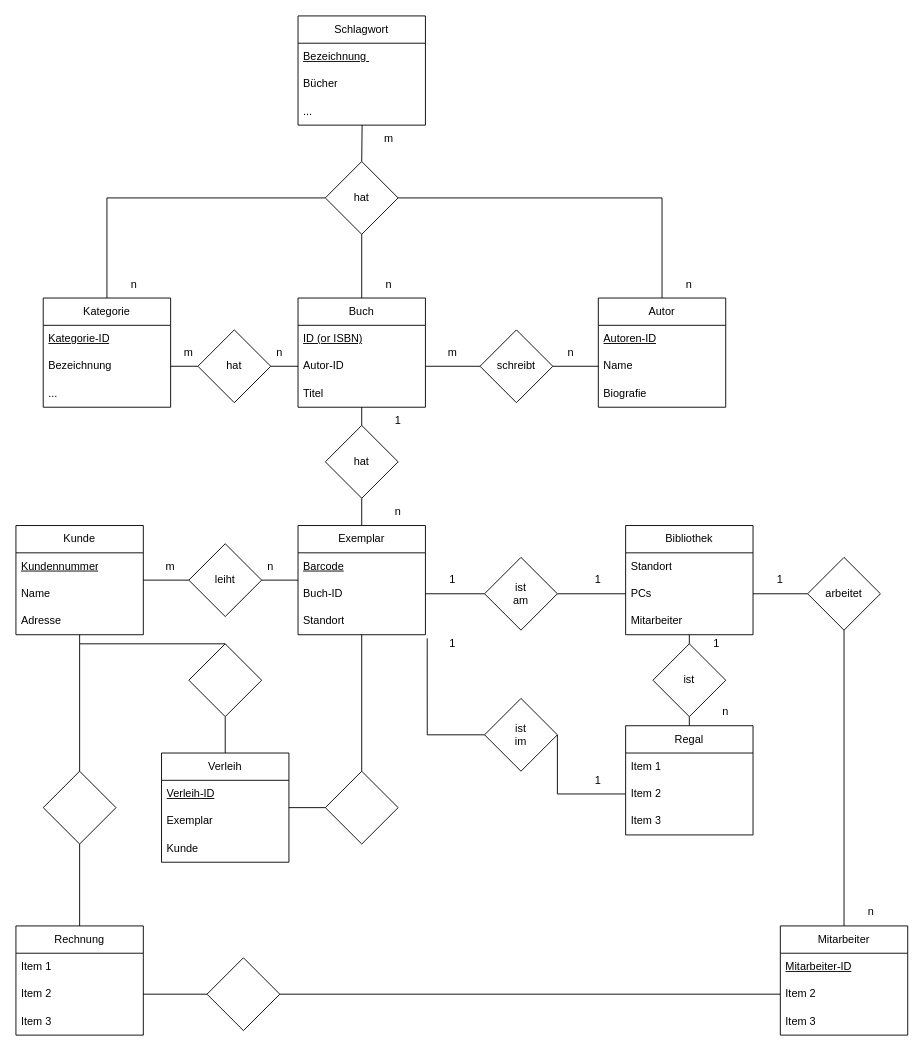
Earlier version of the draw.io diagram Bibliothek.drawio (McLutzifer/WIFI_SW-Engineering). Source tidied: cells renumbered, new cells numbered last; positions are measured from the earlier drawing's top-left corner, leaving out a move shared by most shapes. Both pictures are drawn from the tidied source at 91%, with x=0, y=0 at pixel (15, 15).
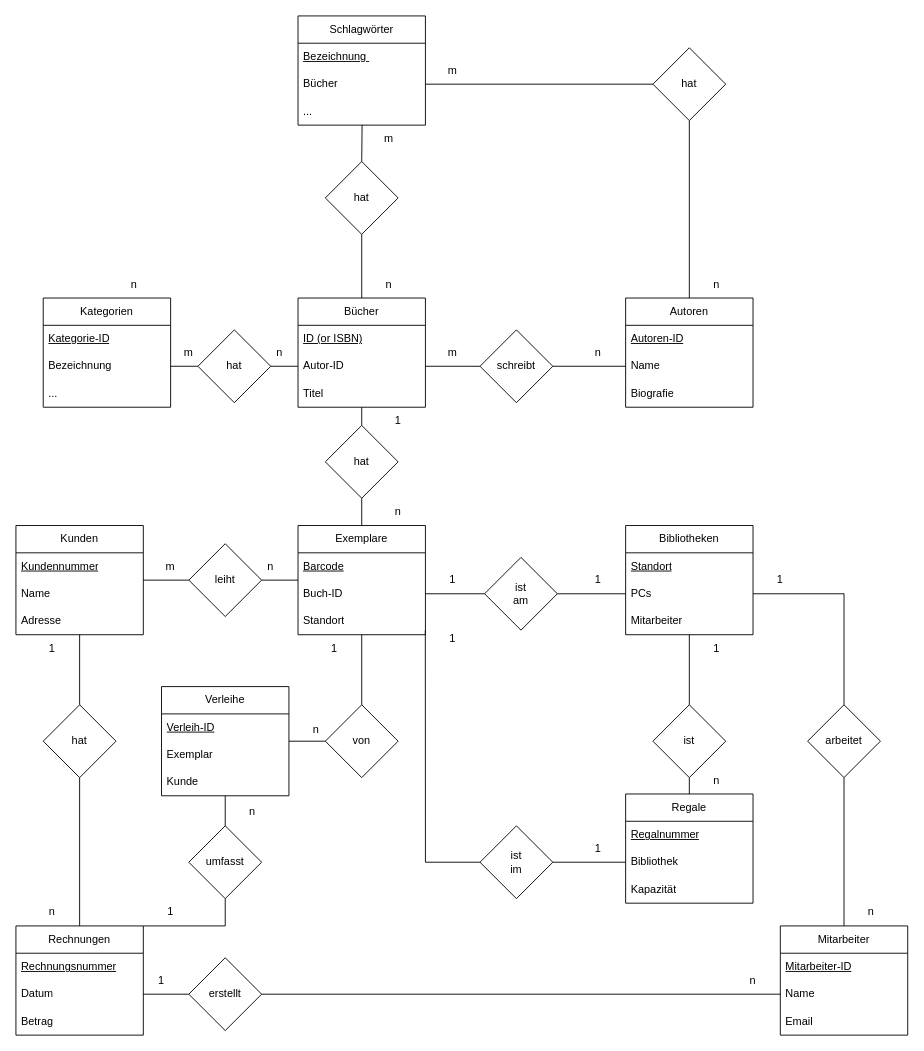
Above is the later version.

The change refers to these unchanged cells:
```xml
<mxCell id="14" value="Standort" style="text;strokeColor=none;fillColor=none;align=left;verticalAlign=middle;spacingLeft=4;spacingRight=4;overflow=hidden;points=[[0,0.5],[1,0.5]];portConstraint=eastwest;whiteSpace=wrap;html=1;" parent="11" vertex="1">
  <mxGeometry y="90" width="140" height="30" as="geometry" />
</mxCell>
<mxCell id="43" value="PCs" style="text;strokeColor=none;fillColor=none;align=left;verticalAlign=middle;spacingLeft=4;spacingRight=4;overflow=hidden;points=[[0,0.5],[1,0.5]];portConstraint=eastwest;whiteSpace=wrap;html=1;" parent="41" vertex="1">
  <mxGeometry y="60" width="140" height="30" as="geometry" />
</mxCell>
<mxCell id="75" value="Mitarbeiter" style="swimlane;fontStyle=0;horizontal=1;startSize=30;whiteSpace=wrap;html=1;" parent="1" vertex="1">
  <mxGeometry x="840" y="1000" width="140" height="120" as="geometry" />
</mxCell>
<mxCell id="92" value="hat" style="rhombus;whiteSpace=wrap;html=1;" parent="1" vertex="1">
  <mxGeometry x="340" y="160" width="80" height="80" as="geometry" />
</mxCell>
<mxCell id="95" value="Bücher" style="text;strokeColor=none;fillColor=none;align=left;verticalAlign=middle;spacingLeft=4;spacingRight=4;overflow=hidden;points=[[0,0.5],[1,0.5]];portConstraint=eastwest;whiteSpace=wrap;html=1;" parent="93" vertex="1">
  <mxGeometry y="60" width="140" height="30" as="geometry" />
</mxCell>
```

The edit, as a diff of the source:
```diff
@@
-    <mxCell id="2" value="Kunde" style="swimlane;fontStyle=0;horizontal=1;startSize=30;whiteSpace=wrap;html=1;" parent="1" vertex="1">
+    <mxCell id="2" value="Kunden" style="swimlane;fontStyle=0;horizontal=1;startSize=30;whiteSpace=wrap;html=1;" parent="1" vertex="1">
       <mxGeometry y="560" width="140" height="120" as="geometry" />
     </mxCell>
@@
-    <mxCell id="6" value="Buch" style="swimlane;fontStyle=0;horizontal=1;startSize=30;whiteSpace=wrap;html=1;" parent="1" vertex="1">
+    <mxCell id="6" value="Bücher" style="swimlane;fontStyle=0;horizontal=1;startSize=30;whiteSpace=wrap;html=1;" parent="1" vertex="1">
       <mxGeometry x="310" y="310" width="140" height="120" as="geometry" />
     </mxCell>
@@
-    <mxCell id="11" value="Exemplar" style="swimlane;fontStyle=0;horizontal=1;startSize=30;whiteSpace=wrap;html=1;" parent="1" vertex="1">
+    <mxCell id="11" value="Exemplare" style="swimlane;fontStyle=0;horizontal=1;startSize=30;whiteSpace=wrap;html=1;" parent="1" vertex="1">
       <mxGeometry x="310" y="560" width="140" height="120" as="geometry" />
     </mxCell>
@@
-    <mxCell id="24" value="Regal" style="swimlane;fontStyle=0;horizontal=1;startSize=30;whiteSpace=wrap;html=1;" parent="1" vertex="1">
-      <mxGeometry x="670" y="780" width="140" height="120" as="geometry" />
+    <mxCell id="24" value="Regale" style="swimlane;fontStyle=0;horizontal=1;startSize=30;whiteSpace=wrap;html=1;" parent="1" vertex="1">
+      <mxGeometry x="670" y="855" width="140" height="120" as="geometry" />
     </mxCell>
-    <mxCell id="25" value="Item 1" style="text;strokeColor=none;fillColor=none;align=left;verticalAlign=middle;spacingLeft=4;spacingRight=4;overflow=hidden;whiteSpace=wrap;html=1;" parent="24" vertex="1">
+    <mxCell id="25" value="&lt;u&gt;Regalnummer&lt;/u&gt;" style="text;strokeColor=none;fillColor=none;align=left;verticalAlign=middle;spacingLeft=4;spacingRight=4;overflow=hidden;whiteSpace=wrap;html=1;" parent="24" vertex="1">
       <mxGeometry y="30" width="140" height="30" as="geometry" />
     </mxCell>
-    <mxCell id="26" value="Item 2" style="text;strokeColor=none;fillColor=none;align=left;verticalAlign=middle;spacingLeft=4;spacingRight=4;overflow=hidden;points=[[0,0.5],[1,0.5]];portConstraint=eastwest;whiteSpace=wrap;html=1;" parent="24" vertex="1">
+    <mxCell id="26" value="Bibliothek" style="text;strokeColor=none;fillColor=none;align=left;verticalAlign=middle;spacingLeft=4;spacingRight=4;overflow=hidden;points=[[0,0.5],[1,0.5]];portConstraint=eastwest;whiteSpace=wrap;html=1;" parent="24" vertex="1">
       <mxGeometry y="60" width="140" height="30" as="geometry" />
     </mxCell>
-    <mxCell id="27" value="Item 3" style="text;strokeColor=none;fillColor=none;align=left;verticalAlign=middle;spacingLeft=4;spacingRight=4;overflow=hidden;whiteSpace=wrap;html=1;" parent="24" vertex="1">
+    <mxCell id="27" value="Kapazität" style="text;strokeColor=none;fillColor=none;align=left;verticalAlign=middle;spacingLeft=4;spacingRight=4;overflow=hidden;whiteSpace=wrap;html=1;" parent="24" vertex="1">
       <mxGeometry y="90" width="140" height="30" as="geometry" />
     </mxCell>
-    <mxCell id="28" value="Kategorie" style="swimlane;fontStyle=0;horizontal=1;startSize=30;whiteSpace=wrap;html=1;" parent="1" vertex="1">
+    <mxCell id="28" value="Kategorien" style="swimlane;fontStyle=0;horizontal=1;startSize=30;whiteSpace=wrap;html=1;" parent="1" vertex="1">
       <mxGeometry x="30" y="310" width="140" height="120" as="geometry" />
     </mxCell>
@@
-    <mxCell id="37" value="Verleih" style="swimlane;fontStyle=0;horizontal=1;startSize=30;whiteSpace=wrap;html=1;" parent="1" vertex="1">
-      <mxGeometry x="160" y="810" width="140" height="120" as="geometry" />
+    <mxCell id="37" value="Verleihe" style="swimlane;fontStyle=0;horizontal=1;startSize=30;whiteSpace=wrap;html=1;" parent="1" vertex="1">
+      <mxGeometry x="160" y="737" width="140" height="120" as="geometry" />
     </mxCell>
@@
-    <mxCell id="41" value="Bibliothek" style="swimlane;fontStyle=0;horizontal=1;startSize=30;whiteSpace=wrap;html=1;" parent="1" vertex="1">
+    <mxCell id="41" value="Bibliotheken" style="swimlane;fontStyle=0;horizontal=1;startSize=30;whiteSpace=wrap;html=1;" parent="1" vertex="1">
       <mxGeometry x="670" y="560" width="140" height="120" as="geometry" />
     </mxCell>
-    <mxCell id="42" value="Standort" style="text;strokeColor=none;fillColor=none;align=left;verticalAlign=middle;spacingLeft=4;spacingRight=4;overflow=hidden;whiteSpace=wrap;html=1;" parent="41" vertex="1">
+    <mxCell id="42" value="&lt;u&gt;Standort&lt;/u&gt;" style="text;strokeColor=none;fillColor=none;align=left;verticalAlign=middle;spacingLeft=4;spacingRight=4;overflow=hidden;whiteSpace=wrap;html=1;" parent="41" vertex="1">
       <mxGeometry y="30" width="140" height="30" as="geometry" />
     </mxCell>
@@
-    <mxCell id="45" value="Autor" style="swimlane;fontStyle=0;horizontal=1;startSize=30;whiteSpace=wrap;html=1;" parent="1" vertex="1">
-      <mxGeometry x="640" y="310" width="140" height="120" as="geometry" />
+    <mxCell id="45" value="Autoren" style="swimlane;fontStyle=0;horizontal=1;startSize=30;whiteSpace=wrap;html=1;" parent="1" vertex="1">
+      <mxGeometry x="670" y="310" width="140" height="120" as="geometry" />
     </mxCell>
@@
-    <mxCell id="50" style="rhombus;whiteSpace=wrap;html=1;" parent="1" vertex="1">
-      <mxGeometry x="190" y="690" width="80" height="80" as="geometry" />
-    </mxCell>
-    <mxCell id="51" style="rhombus;whiteSpace=wrap;html=1;" parent="1" vertex="1">
-      <mxGeometry x="340" y="830" width="80" height="80" as="geometry" />
+    <mxCell id="51" value="von" style="rhombus;whiteSpace=wrap;html=1;" parent="1" vertex="1">
+      <mxGeometry x="340" y="757" width="80" height="80" as="geometry" />
     </mxCell>
@@
-    <mxCell id="54" style="endArrow=none;html=1;rounded=0;exitX=0.5;exitY=0;exitDx=0;exitDy=0;" parent="1" edge="1" source="37" target="50">
-      <mxGeometry relative="1" as="geometry" />
-    </mxCell>
-    <mxCell id="55" style="endArrow=none;html=1;rounded=0;exitX=0.5;exitY=0;exitDx=0;exitDy=0;entryX=0.5;entryY=1;entryDx=0;entryDy=0;" parent="1" edge="1" source="50" target="2">
-      <mxGeometry relative="1" as="geometry">
-        <Array as="points">
-          <mxPoint x="70" y="690" />
-        </Array>
-      </mxGeometry>
-    </mxCell>
@@
     <mxCell id="59" value="&lt;div&gt;ist&lt;/div&gt;&lt;div&gt;im&lt;br&gt;&lt;/div&gt;" style="rhombus;whiteSpace=wrap;html=1;" parent="1" vertex="1">
-      <mxGeometry x="515" y="750" width="80" height="80" as="geometry" />
+      <mxGeometry x="510" y="890" width="80" height="80" as="geometry" />
     </mxCell>
-    <mxCell id="60" style="endArrow=none;html=1;rounded=0;entryX=1.014;entryY=1.133;entryDx=0;entryDy=0;entryPerimeter=0;exitX=0;exitY=0.5;exitDx=0;exitDy=0;" parent="1" edge="1" source="59" target="14">
+    <mxCell id="60" style="endArrow=none;html=1;rounded=0;exitX=0;exitY=0.5;exitDx=0;exitDy=0;entryX=-0.002;entryY=0.174;entryDx=0;entryDy=0;entryPerimeter=0;" parent="1" edge="1" source="59" target="73">
       <mxGeometry relative="1" as="geometry">
         <Array as="points">
-          <mxPoint x="452" y="790" />
+          <mxPoint x="450" y="930" />
         </Array>
       </mxGeometry>
     </mxCell>
-    <mxCell id="61" style="endArrow=none;html=1;rounded=0;entryX=0;entryY=0.5;entryDx=0;entryDy=0;exitX=1;exitY=0.5;exitDx=0;exitDy=0;" parent="1" edge="1" source="59" target="26">
-      <mxGeometry relative="1" as="geometry">
-        <Array as="points">
-          <mxPoint x="595" y="855" />
-        </Array>
-      </mxGeometry>
-    </mxCell>
     <mxCell id="62" value="ist" style="rhombus;whiteSpace=wrap;html=1;" parent="1" vertex="1">
-      <mxGeometry x="700" y="690" width="80" height="80" as="geometry" />
+      <mxGeometry x="700" y="757" width="80" height="80" as="geometry" />
     </mxCell>
@@
     <mxCell id="67" value="n" style="text;html=1;strokeColor=none;fillColor=none;align=center;verticalAlign=middle;whiteSpace=wrap;rounded=0;" parent="1" vertex="1">
-      <mxGeometry x="580" y="355" width="60" height="30" as="geometry" />
+      <mxGeometry x="610" y="355" width="60" height="30" as="geometry" />
     </mxCell>
@@
     <mxCell id="69" value="1" style="text;html=1;strokeColor=none;fillColor=none;align=center;verticalAlign=middle;whiteSpace=wrap;rounded=0;" parent="1" vertex="1">
-      <mxGeometry x="740" y="675" width="60" height="30" as="geometry" />
+      <mxGeometry x="740" y="680" width="60" height="30" as="geometry" />
     </mxCell>
     <mxCell id="70" value="n" style="text;html=1;strokeColor=none;fillColor=none;align=center;verticalAlign=middle;whiteSpace=wrap;rounded=0;" parent="1" vertex="1">
-      <mxGeometry x="750" y="750" width="60" height="30" as="geometry" />
+      <mxGeometry x="740" y="825" width="60" height="30" as="geometry" />
     </mxCell>
@@
     <mxCell id="73" value="1" style="text;html=1;strokeColor=none;fillColor=none;align=center;verticalAlign=middle;whiteSpace=wrap;rounded=0;" parent="1" vertex="1">
-      <mxGeometry x="450" y="675" width="60" height="30" as="geometry" />
+      <mxGeometry x="450" y="670" width="60" height="30" as="geometry" />
     </mxCell>
     <mxCell id="74" value="1" style="text;html=1;strokeColor=none;fillColor=none;align=center;verticalAlign=middle;whiteSpace=wrap;rounded=0;" parent="1" vertex="1">
-      <mxGeometry x="610" y="825" width="60" height="30" as="geometry" />
+      <mxGeometry x="610" y="900" width="60" height="30" as="geometry" />
     </mxCell>
@@
-    <mxCell id="77" value="Item 2" style="text;strokeColor=none;fillColor=none;align=left;verticalAlign=middle;spacingLeft=4;spacingRight=4;overflow=hidden;points=[[0,0.5],[1,0.5]];portConstraint=eastwest;whiteSpace=wrap;html=1;" parent="75" vertex="1">
+    <mxCell id="77" value="Name" style="text;strokeColor=none;fillColor=none;align=left;verticalAlign=middle;spacingLeft=4;spacingRight=4;overflow=hidden;points=[[0,0.5],[1,0.5]];portConstraint=eastwest;whiteSpace=wrap;html=1;" parent="75" vertex="1">
       <mxGeometry y="60" width="140" height="30" as="geometry" />
     </mxCell>
-    <mxCell id="78" value="Item 3" style="text;strokeColor=none;fillColor=none;align=left;verticalAlign=middle;spacingLeft=4;spacingRight=4;overflow=hidden;whiteSpace=wrap;html=1;" parent="75" vertex="1">
+    <mxCell id="78" value="Email" style="text;strokeColor=none;fillColor=none;align=left;verticalAlign=middle;spacingLeft=4;spacingRight=4;overflow=hidden;whiteSpace=wrap;html=1;" parent="75" vertex="1">
       <mxGeometry y="90" width="140" height="30" as="geometry" />
     </mxCell>
-    <mxCell id="79" value="Rechnung" style="swimlane;fontStyle=0;horizontal=1;startSize=30;whiteSpace=wrap;html=1;" parent="1" vertex="1">
+    <mxCell id="79" value="Rechnungen" style="swimlane;fontStyle=0;horizontal=1;startSize=30;whiteSpace=wrap;html=1;" parent="1" vertex="1">
       <mxGeometry y="1000" width="140" height="120" as="geometry" />
     </mxCell>
-    <mxCell id="80" value="Item 1" style="text;strokeColor=none;fillColor=none;align=left;verticalAlign=middle;spacingLeft=4;spacingRight=4;overflow=hidden;whiteSpace=wrap;html=1;" parent="79" vertex="1">
+    <mxCell id="80" value="&lt;u&gt;Rechnungsnummer&lt;/u&gt;" style="text;strokeColor=none;fillColor=none;align=left;verticalAlign=middle;spacingLeft=4;spacingRight=4;overflow=hidden;whiteSpace=wrap;html=1;" parent="79" vertex="1">
       <mxGeometry y="30" width="140" height="30" as="geometry" />
     </mxCell>
-    <mxCell id="81" value="Item 2" style="text;strokeColor=none;fillColor=none;align=left;verticalAlign=middle;spacingLeft=4;spacingRight=4;overflow=hidden;points=[[0,0.5],[1,0.5]];portConstraint=eastwest;whiteSpace=wrap;html=1;" parent="79" vertex="1">
+    <mxCell id="81" value="Datum" style="text;strokeColor=none;fillColor=none;align=left;verticalAlign=middle;spacingLeft=4;spacingRight=4;overflow=hidden;points=[[0,0.5],[1,0.5]];portConstraint=eastwest;whiteSpace=wrap;html=1;" parent="79" vertex="1">
       <mxGeometry y="60" width="140" height="30" as="geometry" />
     </mxCell>
-    <mxCell id="82" value="Item 3" style="text;strokeColor=none;fillColor=none;align=left;verticalAlign=middle;spacingLeft=4;spacingRight=4;overflow=hidden;whiteSpace=wrap;html=1;" parent="79" vertex="1">
+    <mxCell id="82" value="Betrag" style="text;strokeColor=none;fillColor=none;align=left;verticalAlign=middle;spacingLeft=4;spacingRight=4;overflow=hidden;whiteSpace=wrap;html=1;" parent="79" vertex="1">
       <mxGeometry y="90" width="140" height="30" as="geometry" />
     </mxCell>
-    <mxCell id="83" style="rhombus;whiteSpace=wrap;html=1;" parent="1" vertex="1">
-      <mxGeometry x="30" y="830" width="80" height="80" as="geometry" />
+    <mxCell id="83" value="hat" style="rhombus;whiteSpace=wrap;html=1;" parent="1" vertex="1">
+      <mxGeometry x="30" y="757" width="80" height="80" as="geometry" />
     </mxCell>
-    <mxCell id="84" style="rhombus;whiteSpace=wrap;html=1;" parent="1" vertex="1">
-      <mxGeometry x="210" y="1035" width="80" height="80" as="geometry" />
+    <mxCell id="84" value="erstellt" style="rhombus;whiteSpace=wrap;html=1;" parent="1" vertex="1">
+      <mxGeometry x="190" y="1035" width="80" height="80" as="geometry" />
     </mxCell>
     <mxCell id="85" value="arbeitet" style="rhombus;whiteSpace=wrap;html=1;" parent="1" vertex="1">
-      <mxGeometry x="870" y="595" width="80" height="80" as="geometry" />
+      <mxGeometry x="870" y="757" width="80" height="80" as="geometry" />
     </mxCell>
@@
-    <mxCell id="87" style="endArrow=none;html=1;rounded=0;entryX=0;entryY=0.5;entryDx=0;entryDy=0;exitX=1;exitY=0.5;exitDx=0;exitDy=0;" parent="1" edge="1" source="43" target="85">
-      <mxGeometry relative="1" as="geometry" />
+    <mxCell id="87" style="endArrow=none;html=1;rounded=0;entryX=0.5;entryY=0;entryDx=0;entryDy=0;exitX=1;exitY=0.5;exitDx=0;exitDy=0;" parent="1" edge="1" source="43" target="85">
+      <mxGeometry relative="1" as="geometry">
+        <Array as="points">
+          <mxPoint x="910" y="635" />
+        </Array>
+      </mxGeometry>
     </mxCell>
@@
-    <mxCell id="91" style="endArrow=none;html=1;rounded=0;exitX=0.5;exitY=0;exitDx=0;exitDy=0;" parent="1" edge="1" source="83">
-      <mxGeometry relative="1" as="geometry">
-        <mxPoint x="70" y="690" as="targetPoint" />
-      </mxGeometry>
+    <mxCell id="91" style="endArrow=none;html=1;rounded=0;exitX=0.5;exitY=0;exitDx=0;exitDy=0;entryX=1;entryY=0;entryDx=0;entryDy=0;" parent="1" edge="1" source="83" target="116">
+      <mxGeometry relative="1" as="geometry" />
     </mxCell>
@@
-    <mxCell id="93" value="Schlagwort" style="swimlane;fontStyle=0;horizontal=1;startSize=30;whiteSpace=wrap;html=1;" parent="1" vertex="1">
+    <mxCell id="93" value="Schlagwörter" style="swimlane;fontStyle=0;horizontal=1;startSize=30;whiteSpace=wrap;html=1;" parent="1" vertex="1">
       <mxGeometry x="310" width="140" height="120" as="geometry" />
     </mxCell>
@@
-    <mxCell id="99" style="endArrow=none;html=1;rounded=0;entryX=0;entryY=0.5;entryDx=0;entryDy=0;exitX=0.5;exitY=0;exitDx=0;exitDy=0;" parent="1" edge="1" source="28" target="92">
-      <mxGeometry relative="1" as="geometry">
-        <Array as="points">
-          <mxPoint x="100" y="200" />
-        </Array>
-      </mxGeometry>
-    </mxCell>
-    <mxCell id="100" style="endArrow=none;html=1;rounded=0;entryX=1;entryY=0.5;entryDx=0;entryDy=0;exitX=0.5;exitY=0;exitDx=0;exitDy=0;" parent="1" edge="1" source="45" target="92">
-      <mxGeometry relative="1" as="geometry">
-        <Array as="points">
-          <mxPoint x="710" y="200" />
-        </Array>
-      </mxGeometry>
-    </mxCell>
@@
     <mxCell id="104" value="n" style="text;html=1;strokeColor=none;fillColor=none;align=center;verticalAlign=middle;whiteSpace=wrap;rounded=0;" parent="1" vertex="1">
-      <mxGeometry x="710" y="280" width="60" height="30" as="geometry" />
+      <mxGeometry x="740" y="280" width="60" height="30" as="geometry" />
     </mxCell>
@@
+    <mxCell id="107" value="hat" style="rhombus;whiteSpace=wrap;html=1;" parent="1" vertex="1">
+      <mxGeometry x="700" y="35" width="80" height="80" as="geometry" />
+    </mxCell>
+    <mxCell id="108" style="endArrow=none;html=1;rounded=0;entryX=0;entryY=0.5;entryDx=0;entryDy=0;exitX=1;exitY=0.5;exitDx=0;exitDy=0;" parent="1" edge="1" source="95" target="107">
+      <mxGeometry relative="1" as="geometry" />
+    </mxCell>
+    <mxCell id="109" style="endArrow=none;html=1;rounded=0;entryX=0.5;entryY=1;entryDx=0;entryDy=0;exitX=0;exitY=1;exitDx=0;exitDy=0;" parent="1" edge="1" source="104" target="107">
+      <mxGeometry relative="1" as="geometry" />
+    </mxCell>
+    <mxCell id="110" value="m" style="text;html=1;strokeColor=none;fillColor=none;align=center;verticalAlign=middle;whiteSpace=wrap;rounded=0;" parent="1" vertex="1">
+      <mxGeometry x="450" y="45" width="60" height="30" as="geometry" />
+    </mxCell>
+    <mxCell id="111" value="umfasst" style="rhombus;whiteSpace=wrap;html=1;" parent="1" vertex="1">
+      <mxGeometry x="190" y="890" width="80" height="80" as="geometry" />
+    </mxCell>
+    <mxCell id="112" style="endArrow=none;html=1;rounded=0;entryX=0.5;entryY=0;entryDx=0;entryDy=0;exitX=0.5;exitY=1;exitDx=0;exitDy=0;" parent="1" edge="1" source="37" target="111">
+      <mxGeometry relative="1" as="geometry" />
+    </mxCell>
+    <mxCell id="113" style="endArrow=none;html=1;rounded=0;exitX=1;exitY=0;exitDx=0;exitDy=0;entryX=0.5;entryY=1;entryDx=0;entryDy=0;" parent="1" edge="1" source="79" target="111">
+      <mxGeometry relative="1" as="geometry">
+        <Array as="points">
+          <mxPoint x="230" y="1000" />
+        </Array>
+      </mxGeometry>
+    </mxCell>
+    <mxCell id="114" value="1" style="text;html=1;strokeColor=none;fillColor=none;align=center;verticalAlign=middle;whiteSpace=wrap;rounded=0;" parent="1" vertex="1">
+      <mxGeometry x="130" y="1045" width="60" height="30" as="geometry" />
+    </mxCell>
+    <mxCell id="115" value="n" style="text;html=1;strokeColor=none;fillColor=none;align=center;verticalAlign=middle;whiteSpace=wrap;rounded=0;" parent="1" vertex="1">
+      <mxGeometry x="780" y="1045" width="60" height="30" as="geometry" />
+    </mxCell>
+    <mxCell id="116" value="1" style="text;html=1;strokeColor=none;fillColor=none;align=center;verticalAlign=middle;whiteSpace=wrap;rounded=0;" parent="1" vertex="1">
+      <mxGeometry x="10" y="680" width="60" height="30" as="geometry" />
+    </mxCell>
+    <mxCell id="117" value="n" style="text;html=1;strokeColor=none;fillColor=none;align=center;verticalAlign=middle;whiteSpace=wrap;rounded=0;" parent="1" vertex="1">
+      <mxGeometry x="10" y="970" width="60" height="30" as="geometry" />
+    </mxCell>
+    <mxCell id="118" value="1" style="text;html=1;strokeColor=none;fillColor=none;align=center;verticalAlign=middle;whiteSpace=wrap;rounded=0;" parent="1" vertex="1">
+      <mxGeometry x="140" y="970" width="60" height="30" as="geometry" />
+    </mxCell>
+    <mxCell id="119" value="n" style="text;html=1;strokeColor=none;fillColor=none;align=center;verticalAlign=middle;whiteSpace=wrap;rounded=0;" parent="1" vertex="1">
+      <mxGeometry x="230" y="860" width="60" height="30" as="geometry" />
+    </mxCell>
+    <mxCell id="120" value="1" style="text;html=1;strokeColor=none;fillColor=none;align=center;verticalAlign=middle;whiteSpace=wrap;rounded=0;" parent="1" vertex="1">
+      <mxGeometry x="320" y="680" width="60" height="30" as="geometry" />
+    </mxCell>
+    <mxCell id="121" value="n" style="text;html=1;strokeColor=none;fillColor=none;align=center;verticalAlign=middle;whiteSpace=wrap;rounded=0;" parent="1" vertex="1">
+      <mxGeometry x="300" y="770" width="60" height="30" as="geometry" />
+    </mxCell>
+    <mxCell id="122" style="endArrow=none;html=1;rounded=0;entryX=1;entryY=0.5;entryDx=0;entryDy=0;exitX=0;exitY=0.5;exitDx=0;exitDy=0;" parent="1" edge="1" source="26" target="59">
+      <mxGeometry relative="1" as="geometry" />
+    </mxCell>
```
